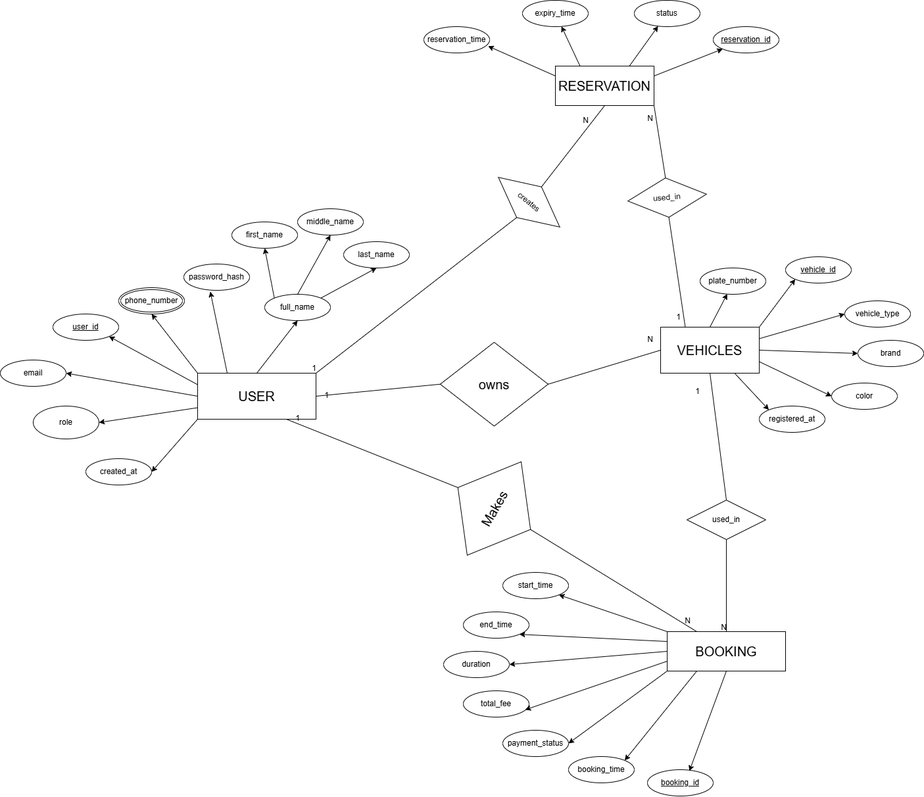
The draw.io diagram diagrams/erd.png in A-proG-spec/AASTU-DB-Project-Group-2, before a commit. Source tidied: cells renumbered, new cells last; positions are measured from the earlier drawing's top-left corner, leaving out a move shared by most shapes.
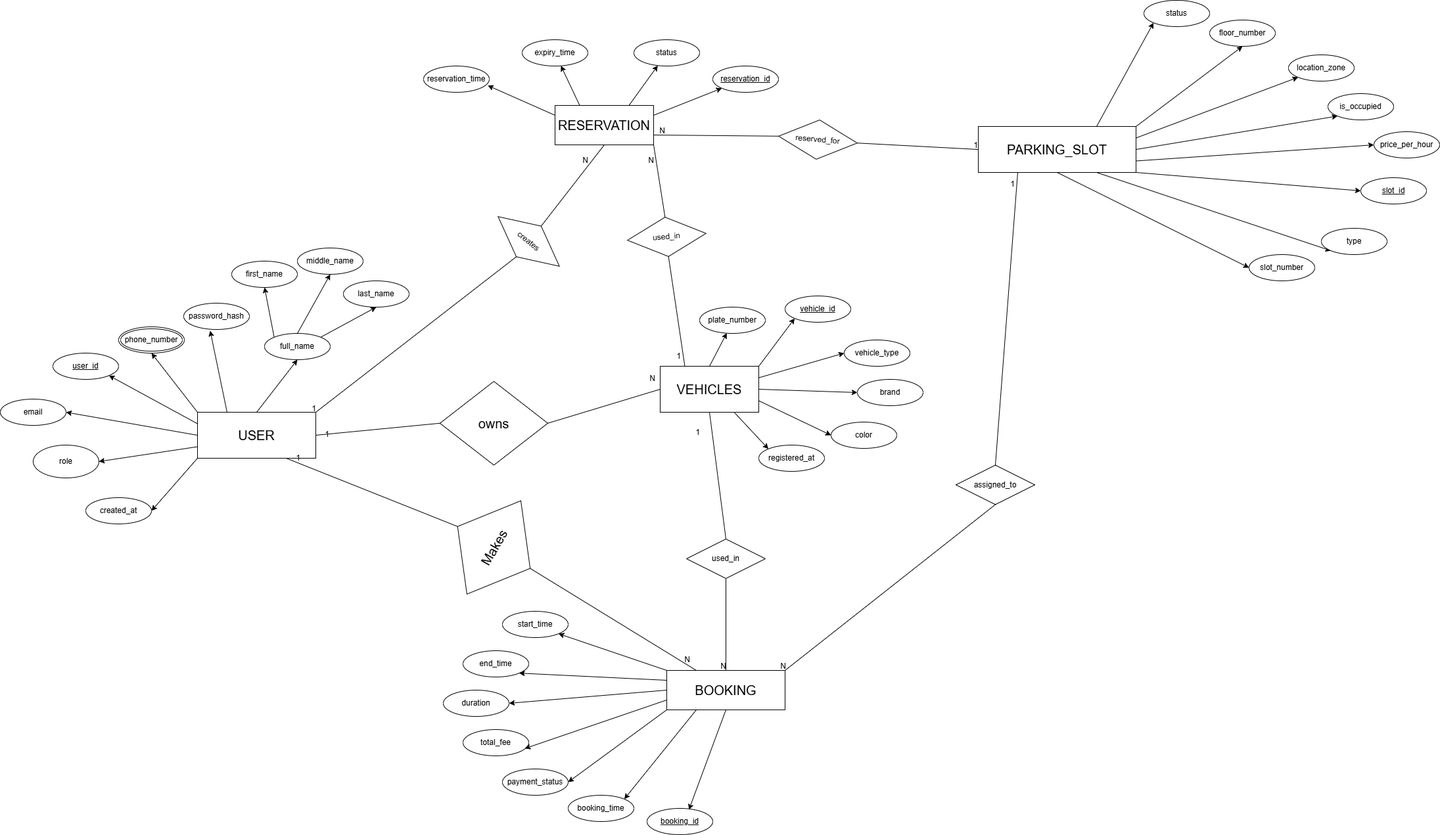
Later version of the same file.

Commit message:
added parking_slot

Diff of the diagram source:
```diff
@@ -267,5 +267,90 @@
         <mxPoint x="-1" y="28" as="offset" />
       </mxGeometry>
     </mxCell>
+    <mxCell id="85" style="rounded=0;jettySize=auto;html=1;exitX=0.75;exitY=0;exitDx=0;exitDy=0;entryX=0;entryY=1;entryDx=0;entryDy=0;" parent="1" edge="1" source="93" target="96">
+      <mxGeometry relative="1" as="geometry" />
+    </mxCell>
+    <mxCell id="86" style="rounded=0;jettySize=auto;html=1;exitX=1;exitY=0;exitDx=0;exitDy=0;entryX=0.5;entryY=1;entryDx=0;entryDy=0;" parent="1" edge="1" source="93" target="97">
+      <mxGeometry relative="1" as="geometry" />
+    </mxCell>
+    <mxCell id="87" style="rounded=0;jettySize=auto;html=1;exitX=1;exitY=0.25;exitDx=0;exitDy=0;entryX=0;entryY=1;entryDx=0;entryDy=0;" parent="1" edge="1" source="93" target="98">
+      <mxGeometry relative="1" as="geometry" />
+    </mxCell>
+    <mxCell id="88" style="rounded=0;jettySize=auto;html=1;exitX=1;exitY=0.5;exitDx=0;exitDy=0;entryX=0;entryY=1;entryDx=0;entryDy=0;" parent="1" edge="1" source="93" target="99">
+      <mxGeometry relative="1" as="geometry" />
+    </mxCell>
+    <mxCell id="89" style="rounded=0;jettySize=auto;html=1;exitX=1;exitY=1;exitDx=0;exitDy=0;entryX=0;entryY=0.5;entryDx=0;entryDy=0;" parent="1" edge="1" source="93" target="94">
+      <mxGeometry relative="1" as="geometry" />
+    </mxCell>
+    <mxCell id="90" style="rounded=0;jettySize=auto;html=1;exitX=0.75;exitY=1;exitDx=0;exitDy=0;entryX=0;entryY=1;entryDx=0;entryDy=0;" parent="1" edge="1" source="93" target="95">
+      <mxGeometry relative="1" as="geometry" />
+    </mxCell>
+    <mxCell id="91" style="rounded=0;jettySize=auto;html=1;exitX=0.5;exitY=1;exitDx=0;exitDy=0;entryX=0;entryY=0.5;entryDx=0;entryDy=0;" parent="1" edge="1" source="93" target="101">
+      <mxGeometry relative="1" as="geometry" />
+    </mxCell>
+    <mxCell id="92" style="rounded=0;jettySize=auto;html=1;exitX=1;exitY=0.75;exitDx=0;exitDy=0;entryX=0;entryY=0.5;entryDx=0;entryDy=0;" parent="1" edge="1" source="93" target="100">
+      <mxGeometry relative="1" as="geometry" />
+    </mxCell>
+    <mxCell id="93" value="&lt;font style=&quot;font-size: 20px;&quot;&gt;PARKING_SLOT&lt;/font&gt;" style="whiteSpace=wrap;html=1;align=center;" parent="1" vertex="1">
+      <mxGeometry x="1488" y="132" width="240" height="70" as="geometry" />
+    </mxCell>
+    <mxCell id="94" value="slot_id" style="ellipse;whiteSpace=wrap;html=1;align=center;fontStyle=4;" parent="1" vertex="1">
+      <mxGeometry x="2070" y="210" width="100" height="40" as="geometry" />
+    </mxCell>
+    <mxCell id="95" value="type" style="ellipse;whiteSpace=wrap;html=1;align=center;" parent="1" vertex="1">
+      <mxGeometry x="2010" y="287" width="100" height="40" as="geometry" />
+    </mxCell>
+    <mxCell id="96" value="status" style="ellipse;whiteSpace=wrap;html=1;align=center;" parent="1" vertex="1">
+      <mxGeometry x="1740" y="-60" width="100" height="40" as="geometry" />
+    </mxCell>
+    <mxCell id="97" value="floor_number" style="ellipse;whiteSpace=wrap;html=1;align=center;" parent="1" vertex="1">
+      <mxGeometry x="1840" y="-30" width="100" height="40" as="geometry" />
+    </mxCell>
+    <mxCell id="98" value="location_zone" style="ellipse;whiteSpace=wrap;html=1;align=center;" parent="1" vertex="1">
+      <mxGeometry x="1960" y="23" width="100" height="40" as="geometry" />
+    </mxCell>
+    <mxCell id="99" value="is_occupied" style="ellipse;whiteSpace=wrap;html=1;align=center;" parent="1" vertex="1">
+      <mxGeometry x="2020" y="82" width="100" height="40" as="geometry" />
+    </mxCell>
+    <mxCell id="100" value="price_per_hour" style="ellipse;whiteSpace=wrap;html=1;align=center;" parent="1" vertex="1">
+      <mxGeometry x="2090" y="140" width="100" height="40" as="geometry" />
+    </mxCell>
+    <mxCell id="101" value="slot_number" style="ellipse;whiteSpace=wrap;html=1;align=center;" parent="1" vertex="1">
+      <mxGeometry x="1900" y="327" width="100" height="40" as="geometry" />
+    </mxCell>
+    <mxCell id="102" value="reserved_for" style="shape=rhombus;perimeter=rhombusPerimeter;whiteSpace=wrap;html=1;align=center;rotation=5;" parent="1" vertex="1">
+      <mxGeometry x="1184" y="122" width="120" height="60" as="geometry" />
+    </mxCell>
+    <mxCell id="103" value="assigned_to" style="shape=rhombus;perimeter=rhombusPerimeter;whiteSpace=wrap;html=1;align=center;" parent="1" vertex="1">
+      <mxGeometry x="1454" y="647.5" width="120" height="60" as="geometry" />
+    </mxCell>
+    <mxCell id="104" style="endArrow=none;html=1;rounded=0;entryX=0.25;entryY=1;entryDx=0;entryDy=0;exitX=0.5;exitY=0;exitDx=0;exitDy=0;" parent="1" edge="1" source="103" target="93">
+      <mxGeometry relative="1" as="geometry" />
+    </mxCell>
+    <mxCell id="105" value="1" style="html=1;whiteSpace=wrap;align=right;verticalAlign=bottom;" parent="104" vertex="1">
+      <mxGeometry x="1" relative="1" as="geometry">
+        <mxPoint x="-5" y="24" as="offset" />
+      </mxGeometry>
+    </mxCell>
+    <mxCell id="106" style="endArrow=none;html=1;rounded=0;entryX=1;entryY=0;entryDx=0;entryDy=0;exitX=0.5;exitY=1;exitDx=0;exitDy=0;" parent="1" edge="1" source="103" target="8">
+      <mxGeometry relative="1" as="geometry" />
+    </mxCell>
+    <mxCell id="107" value="N" style="html=1;whiteSpace=wrap;align=right;verticalAlign=bottom;" parent="106" vertex="1">
+      <mxGeometry x="1" relative="1" as="geometry" />
+    </mxCell>
+    <mxCell id="108" style="endArrow=none;html=1;rounded=0;entryX=0;entryY=0.5;entryDx=0;entryDy=0;exitX=1;exitY=0.5;exitDx=0;exitDy=0;" parent="1" edge="1" source="102" target="93">
+      <mxGeometry relative="1" as="geometry" />
+    </mxCell>
+    <mxCell id="109" value="1" style="html=1;whiteSpace=wrap;align=right;verticalAlign=bottom;" parent="108" vertex="1">
+      <mxGeometry x="1" relative="1" as="geometry" />
+    </mxCell>
+    <mxCell id="110" style="endArrow=none;html=1;rounded=0;entryX=1;entryY=0.75;entryDx=0;entryDy=0;exitX=0;exitY=0.5;exitDx=0;exitDy=0;" parent="1" edge="1" source="102" target="69">
+      <mxGeometry relative="1" as="geometry" />
+    </mxCell>
+    <mxCell id="111" value="N" style="html=1;whiteSpace=wrap;align=right;verticalAlign=bottom;" parent="110" vertex="1">
+      <mxGeometry x="1" relative="1" as="geometry">
+        <mxPoint x="16" as="offset" />
+      </mxGeometry>
+    </mxCell>
   </root>
 </mxGraphModel>
```
